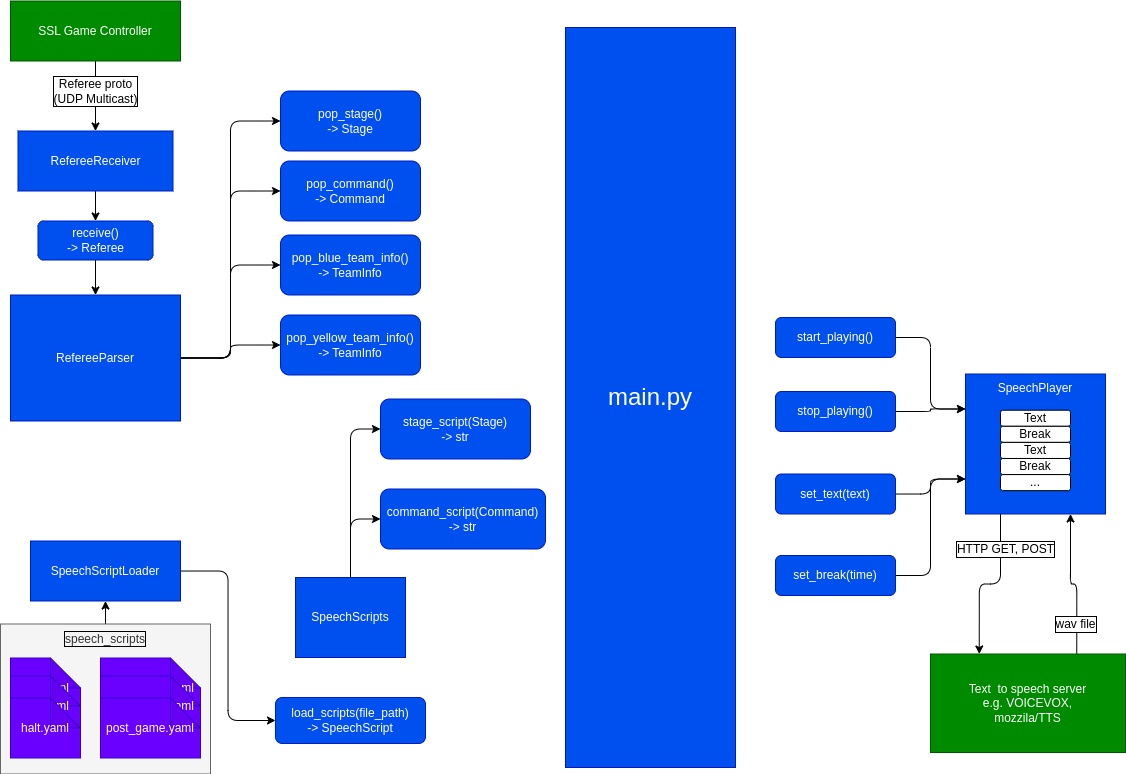
Earlier version of the draw.io export design/design.drawio.png (ShotaAk/robocup-ssl-voice-referee). Source tidied: cells renumbered, new cells last; positions are measured from the earlier drawing's top-left corner, leaving out a move shared by most shapes.
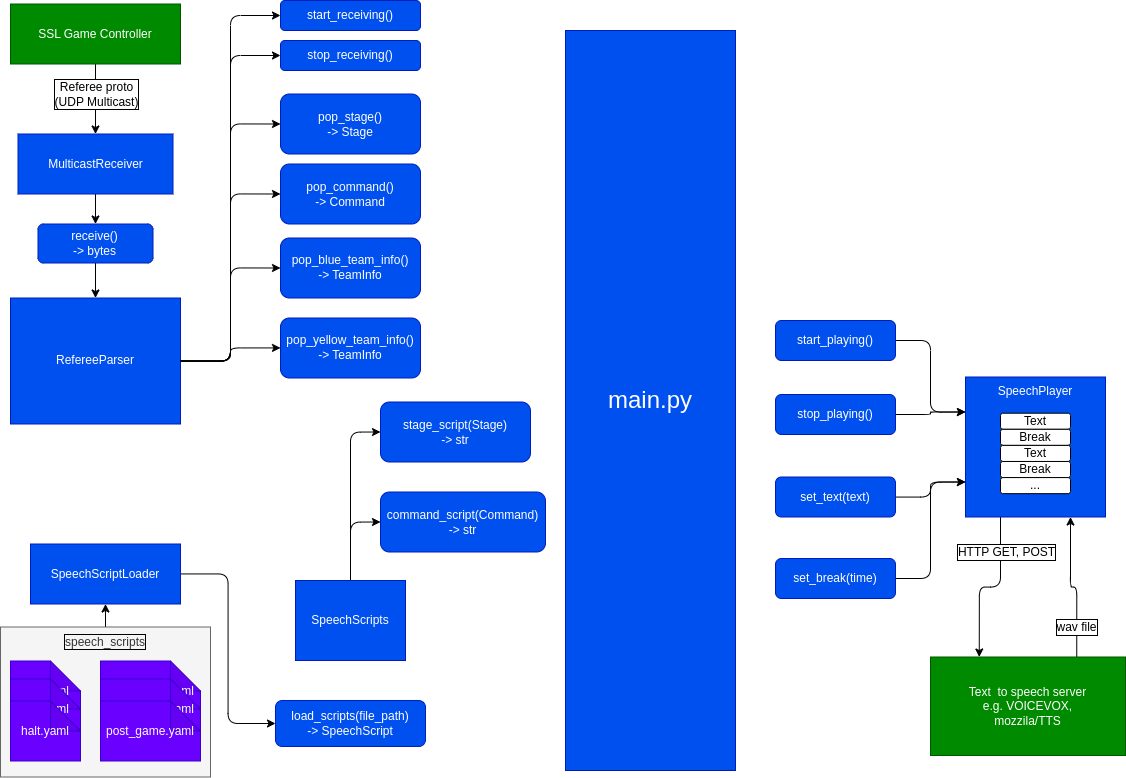
After the commit.

Commit message:
Update referee_parser

What changed in the source:
```diff
@@ -82,13 +82,13 @@
     <mxCell id="27" style="edgeStyle=orthogonalEdgeStyle;shape=connector;rounded=1;html=1;labelBackgroundColor=default;strokeColor=#000000;fontFamily=Helvetica;fontSize=12;fontColor=default;endArrow=classic;" parent="1" edge="1" source="28" target="30">
       <mxGeometry relative="1" as="geometry" />
     </mxCell>
-    <mxCell id="28" value="&lt;font style=&quot;font-size: 12px;&quot;&gt;RefereeReceiver&lt;/font&gt;" style="rounded=0;whiteSpace=wrap;html=1;fillColor=#0050ef;fontColor=#ffffff;strokeColor=#001DBC;" parent="1" vertex="1">
+    <mxCell id="28" value="&lt;font style=&quot;font-size: 12px;&quot;&gt;MulticastReceiver&lt;/font&gt;" style="rounded=0;whiteSpace=wrap;html=1;fillColor=#0050ef;fontColor=#ffffff;strokeColor=#001DBC;" parent="1" vertex="1">
       <mxGeometry x="17.5" y="129.5" width="155" height="60" as="geometry" />
     </mxCell>
     <mxCell id="29" style="edgeStyle=orthogonalEdgeStyle;shape=connector;rounded=1;html=1;labelBackgroundColor=default;strokeColor=#000000;fontFamily=Helvetica;fontSize=12;fontColor=default;endArrow=classic;" parent="1" edge="1" source="30" target="9">
       <mxGeometry relative="1" as="geometry" />
     </mxCell>
-    <mxCell id="30" value="receive()&lt;br&gt;-&amp;gt; Referee" style="rounded=1;whiteSpace=wrap;html=1;labelBorderColor=none;fontFamily=Helvetica;fontSize=12;fontColor=#ffffff;fillColor=#0050ef;strokeColor=#001DBC;" parent="1" vertex="1">
+    <mxCell id="30" value="receive()&lt;br&gt;-&amp;gt; bytes" style="rounded=1;whiteSpace=wrap;html=1;labelBorderColor=none;fontFamily=Helvetica;fontSize=12;fontColor=#ffffff;fillColor=#0050ef;strokeColor=#001DBC;" parent="1" vertex="1">
       <mxGeometry x="37.5" y="219.5" width="115" height="39" as="geometry" />
     </mxCell>
     <mxCell id="31" value="pop_stage()&lt;br&gt;-&amp;gt; Stage" style="rounded=1;whiteSpace=wrap;html=1;labelBorderColor=none;fontFamily=Helvetica;fontSize=12;fontColor=#ffffff;fillColor=#0050ef;strokeColor=#001DBC;" parent="1" vertex="1">
@@ -166,5 +166,17 @@
     <mxCell id="55" value="wav file" style="edgeLabel;html=1;align=center;verticalAlign=middle;fontSize=12;fontFamily=Helvetica;fontColor=#000000;labelBorderColor=#000000;labelBackgroundColor=#FFFFFF;rotation=0;" parent="1" vertex="1">
       <mxGeometry x="1075" y="622.5" as="geometry" />
     </mxCell>
+    <mxCell id="56" value="start_receiving()" style="rounded=1;whiteSpace=wrap;html=1;labelBorderColor=none;fontFamily=Helvetica;fontSize=12;fontColor=#ffffff;fillColor=#0050ef;strokeColor=#001DBC;" parent="1" vertex="1">
+      <mxGeometry x="280" y="-4" width="140" height="30" as="geometry" />
+    </mxCell>
+    <mxCell id="57" value="stop_receiving()" style="rounded=1;whiteSpace=wrap;html=1;labelBorderColor=none;fontFamily=Helvetica;fontSize=12;fontColor=#ffffff;fillColor=#0050ef;strokeColor=#001DBC;" parent="1" vertex="1">
+      <mxGeometry x="280" y="36" width="140" height="30" as="geometry" />
+    </mxCell>
+    <mxCell id="58" style="edgeStyle=orthogonalEdgeStyle;shape=connector;rounded=1;html=1;entryX=0;entryY=0.5;entryDx=0;entryDy=0;labelBackgroundColor=default;strokeColor=#000000;fontFamily=Helvetica;fontSize=12;fontColor=default;endArrow=classic;exitX=1;exitY=0.5;exitDx=0;exitDy=0;" parent="1" edge="1" source="9" target="56">
+      <mxGeometry relative="1" as="geometry" />
+    </mxCell>
+    <mxCell id="59" style="edgeStyle=orthogonalEdgeStyle;shape=connector;rounded=1;html=1;entryX=0;entryY=0.5;entryDx=0;entryDy=0;labelBackgroundColor=default;strokeColor=#000000;fontFamily=Helvetica;fontSize=12;fontColor=default;endArrow=classic;exitX=1;exitY=0.5;exitDx=0;exitDy=0;" parent="1" edge="1" source="9" target="57">
+      <mxGeometry relative="1" as="geometry" />
+    </mxCell>
   </root>
 </mxGraphModel>
```
